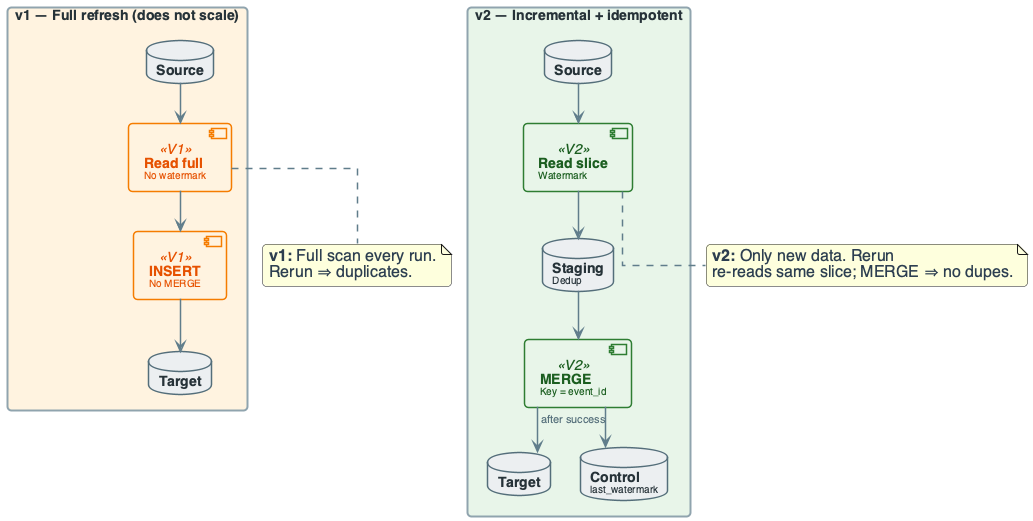
This is diagrams/week04/week4_lecture_evolution_v1_v2.png from OrPerets/data-engineering-course, a PlantUML export, as it was before one commit. The source it was exported from:
```plantuml
@startuml

top to bottom direction
skinparam linetype ortho
skinparam shadowing false
skinparam roundcorner 8
skinparam handwritten false
skinparam nodesep 30
skinparam ranksep 40

skinparam defaultFontName "Segoe UI", "Helvetica", sans-serif
skinparam defaultFontSize 16
skinparam defaultFontColor #2C3E50

skinparam rectangle {
    BackgroundColor #F8F9FA
    BorderColor #90A4AE
    BorderThickness 2
    FontColor #263238
    FontSize 14
    FontStyle bold
    Padding 20
}
skinparam component {
    BackgroundColor #FFFFFF
    BorderColor #78909C
    BorderThickness 1.5
    FontSize 14
    Padding 12
}
skinparam database {
    BackgroundColor #ECEFF1
    BorderColor #546E7A
    BorderThickness 1.5
    FontSize 14
    FontColor #263238
}
skinparam arrow {
    Color #607D8B
    Thickness 1.5
    FontSize 11
    FontColor #546E7A
}

skinparam component<<V1>> {
    BorderColor #F57C00
    BackgroundColor #FFF3E0
    FontColor #E65100
}
skinparam component<<V2>> {
    BorderColor #2E7D32
    BackgroundColor #E8F5E9
    FontColor #1B5E20
}


rectangle "v1 — Full refresh (does not scale)" #FFF3E0 {
    database "**Source**" as S1
    component "**Read full**\n<size:10>No watermark</size>" as R1 <<V1>>
    component "**INSERT**\n<size:10>No MERGE</size>" as I1 <<V1>>
    database "**Target**" as T1
}
S1 --> R1
R1 --> I1
I1 --> T1

rectangle "v2 — Incremental + idempotent" #E8F5E9 {
    database "**Source**" as S2
    component "**Read slice**\n<size:10>Watermark</size>" as R2 <<V2>>
    database "**Staging**\n<size:10>Dedup</size>" as ST2
    component "**MERGE**\n<size:10>Key = event_id</size>" as M2 <<V2>>
    database "**Target**" as T2
    database "**Control**\n<size:10>last_watermark</size>" as C2
}
S2 --> R2
R2 --> ST2
ST2 --> M2
M2 --> T2
M2 --> C2 : "after success"

R1 -[hidden]right- R2
note bottom of R1
  **v1:** Full scan every run.
  Rerun ⇒ duplicates.
end note

note bottom of R2
  **v2:** Only new data. Rerun
  re-reads same slice; MERGE ⇒ no dupes.
end note

@enduml
```
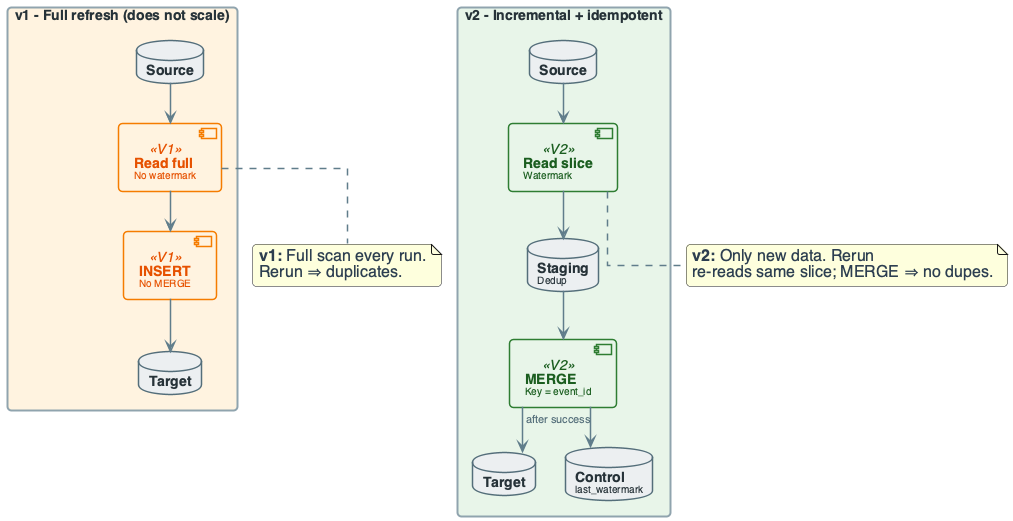
The same file after the commit.

The edit, as a diff of the source:
```diff
@@ -8,7 +8,7 @@
 skinparam nodesep 30
 skinparam ranksep 40
 
-skinparam defaultFontName "Segoe UI", "Helvetica", sans-serif
+skinparam defaultFontName "Segoe UI, Helvetica, sans-serif"
 skinparam defaultFontSize 16
 skinparam defaultFontColor #2C3E50
 
@@ -21,6 +21,7 @@
     FontStyle bold
     Padding 20
 }
+
 skinparam component {
     BackgroundColor #FFFFFF
     BorderColor #78909C
@@ -28,6 +29,7 @@
     FontSize 14
     Padding 12
 }
+
 skinparam database {
     BackgroundColor #ECEFF1
     BorderColor #546E7A
@@ -35,6 +37,7 @@
     FontSize 14
     FontColor #263238
 }
+
 skinparam arrow {
     Color #607D8B
     Thickness 1.5
@@ -42,19 +45,80 @@
     FontColor #546E7A
 }
 
+skinparam component<<UI>> {
+    BorderColor #8E24AA
+    BackgroundColor #F3E5F5
+    FontColor #4A148C
+}
+
+skinparam component<<Agent>> {
+    BorderColor #0288D1
+    BackgroundColor #E1F5FE
+    FontColor #01579B
+}
+
+skinparam component<<Tool>> {
+    BorderColor #2E7D32
+    BackgroundColor #E8F5E9
+    FontColor #1B5E20
+}
+
+skinparam component<<Config>> {
+    BorderColor #F57C00
+    BackgroundColor #FFF3E0
+    FontColor #E65100
+}
+
+skinparam component<<Bad>> {
+    BorderColor #C62828
+    BackgroundColor #FFEBEE
+    FontColor #B71C1C
+}
+
 skinparam component<<V1>> {
     BorderColor #F57C00
     BackgroundColor #FFF3E0
     FontColor #E65100
 }
+
 skinparam component<<V2>> {
     BorderColor #2E7D32
     BackgroundColor #E8F5E9
     FontColor #1B5E20
 }
 
+skinparam component<<up>> {
+    BackgroundColor #E8F5E9
+    BorderColor #2E7D32
+}
 
-rectangle "v1 — Full refresh (does not scale)" #FFF3E0 {
+skinparam component<<down>> {
+    BackgroundColor #FFEBEE
+    BorderColor #C62828
+}
+
+skinparam database<<up>> {
+    BackgroundColor #E8F5E9
+    BorderColor #2E7D32
+}
+
+skinparam database<<down>> {
+    BackgroundColor #FFEBEE
+    BorderColor #C62828
+}
+
+skinparam component<<success>> {
+    BackgroundColor #E8F5E9
+    BorderColor #2E7D32
+}
+
+skinparam component<<failure>> {
+    BackgroundColor #FFEBEE
+    BorderColor #C62828
+}
+
+
+rectangle "v1 - Full refresh (does not scale)" #FFF3E0 {
     database "**Source**" as S1
     component "**Read full**\n<size:10>No watermark</size>" as R1 <<V1>>
     component "**INSERT**\n<size:10>No MERGE</size>" as I1 <<V1>>
@@ -64,7 +128,7 @@
 R1 --> I1
 I1 --> T1
 
-rectangle "v2 — Incremental + idempotent" #E8F5E9 {
+rectangle "v2 - Incremental + idempotent" #E8F5E9 {
     database "**Source**" as S2
     component "**Read slice**\n<size:10>Watermark</size>" as R2 <<V2>>
     database "**Staging**\n<size:10>Dedup</size>" as ST2
```
